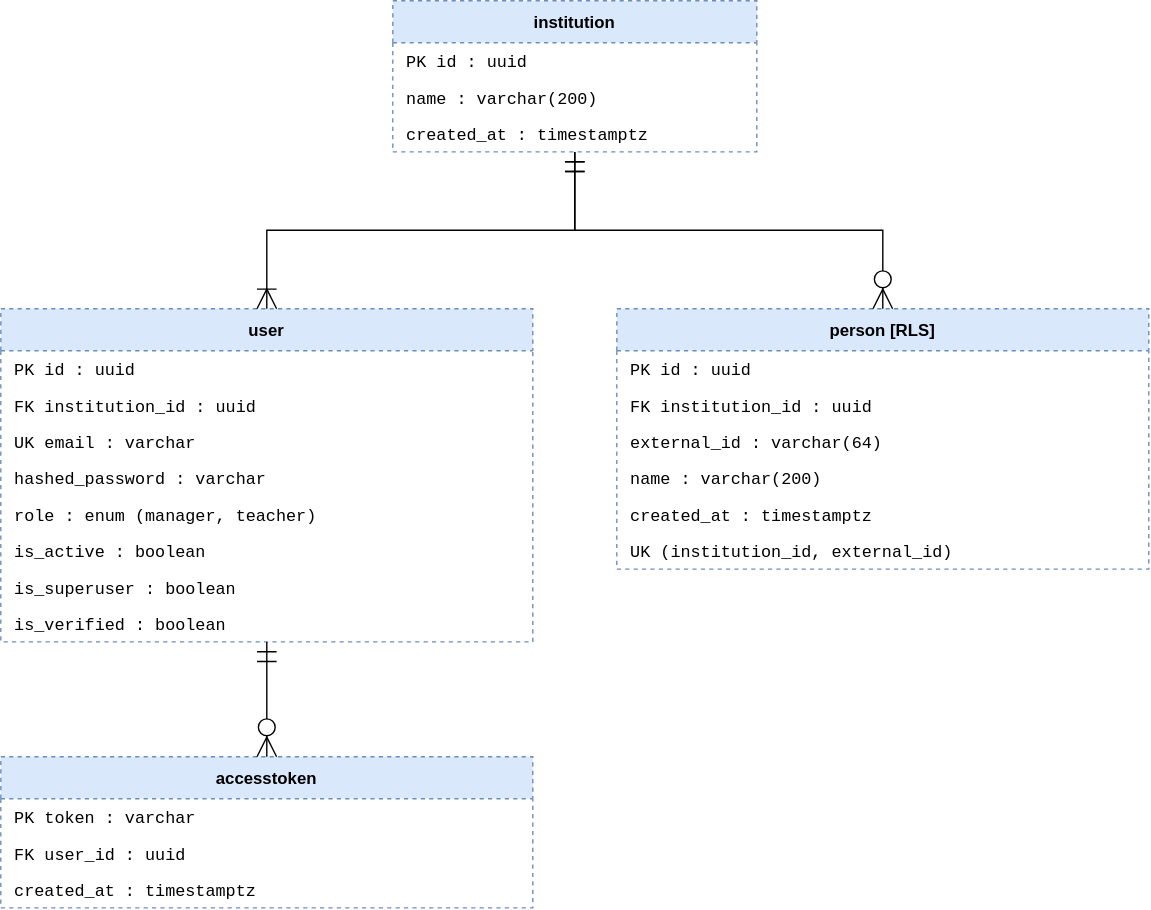
Above: docs/data-model/diagrams/logical.drawio.svg in TheoOdawara/Vultra (draw.io), before the change. Source tidied: cells renumbered, new cells last; positions are measured from the earlier drawing's top-left corner, leaving out a move shared by most shapes. The source it was exported from:
```xml
<mxGraphModel background="#ffffff">
  <root>
    <mxCell id="0" />
    <mxCell id="1" parent="0" />
    <mxCell id="2" value="institution" style="swimlane;fontStyle=1;horizontal=1;startSize=30;dashed=1;fillColor=#dae8fc;strokeColor=#6c8ebf;fontColor=#000000;swimlaneFillColor=#ffffff;" parent="1" vertex="1">
      <mxGeometry x="280" width="260" height="108" as="geometry" />
    </mxCell>
    <mxCell id="3" value="PK  id : uuid" style="text;strokeColor=none;fillColor=none;align=left;verticalAlign=middle;spacingLeft=8;fontColor=#000000;fontFamily=Courier New;fontSize=12;" parent="2" vertex="1">
      <mxGeometry y="30" width="260" height="26" as="geometry" />
    </mxCell>
    <mxCell id="4" value="name : varchar(200)" style="text;strokeColor=none;fillColor=none;align=left;verticalAlign=middle;spacingLeft=8;fontColor=#000000;fontFamily=Courier New;fontSize=12;" parent="2" vertex="1">
      <mxGeometry y="56" width="260" height="26" as="geometry" />
    </mxCell>
    <mxCell id="5" value="created_at : timestamptz" style="text;strokeColor=none;fillColor=none;align=left;verticalAlign=middle;spacingLeft=8;fontColor=#000000;fontFamily=Courier New;fontSize=12;" parent="2" vertex="1">
      <mxGeometry y="82" width="260" height="26" as="geometry" />
    </mxCell>
    <mxCell id="6" value="user" style="swimlane;fontStyle=1;horizontal=1;startSize=30;dashed=1;fillColor=#dae8fc;strokeColor=#6c8ebf;fontColor=#000000;swimlaneFillColor=#ffffff;" parent="1" vertex="1">
      <mxGeometry y="220" width="380" height="238" as="geometry" />
    </mxCell>
    <mxCell id="7" value="PK  id : uuid" style="text;strokeColor=none;fillColor=none;align=left;verticalAlign=middle;spacingLeft=8;fontColor=#000000;fontFamily=Courier New;fontSize=12;" parent="6" vertex="1">
      <mxGeometry y="30" width="380" height="26" as="geometry" />
    </mxCell>
    <mxCell id="8" value="FK  institution_id : uuid" style="text;strokeColor=none;fillColor=none;align=left;verticalAlign=middle;spacingLeft=8;fontColor=#000000;fontFamily=Courier New;fontSize=12;" parent="6" vertex="1">
      <mxGeometry y="56" width="380" height="26" as="geometry" />
    </mxCell>
    <mxCell id="9" value="UK  email : varchar" style="text;strokeColor=none;fillColor=none;align=left;verticalAlign=middle;spacingLeft=8;fontColor=#000000;fontFamily=Courier New;fontSize=12;" parent="6" vertex="1">
      <mxGeometry y="82" width="380" height="26" as="geometry" />
    </mxCell>
    <mxCell id="10" value="hashed_password : varchar" style="text;strokeColor=none;fillColor=none;align=left;verticalAlign=middle;spacingLeft=8;fontColor=#000000;fontFamily=Courier New;fontSize=12;" parent="6" vertex="1">
      <mxGeometry y="108" width="380" height="26" as="geometry" />
    </mxCell>
    <mxCell id="11" value="role : enum (manager, teacher)" style="text;strokeColor=none;fillColor=none;align=left;verticalAlign=middle;spacingLeft=8;fontColor=#000000;fontFamily=Courier New;fontSize=12;" parent="6" vertex="1">
      <mxGeometry y="134" width="380" height="26" as="geometry" />
    </mxCell>
    <mxCell id="12" value="is_active : boolean" style="text;strokeColor=none;fillColor=none;align=left;verticalAlign=middle;spacingLeft=8;fontColor=#000000;fontFamily=Courier New;fontSize=12;" parent="6" vertex="1">
      <mxGeometry y="160" width="380" height="26" as="geometry" />
    </mxCell>
    <mxCell id="13" value="is_superuser : boolean" style="text;strokeColor=none;fillColor=none;align=left;verticalAlign=middle;spacingLeft=8;fontColor=#000000;fontFamily=Courier New;fontSize=12;" parent="6" vertex="1">
      <mxGeometry y="186" width="380" height="26" as="geometry" />
    </mxCell>
    <mxCell id="14" value="is_verified : boolean" style="text;strokeColor=none;fillColor=none;align=left;verticalAlign=middle;spacingLeft=8;fontColor=#000000;fontFamily=Courier New;fontSize=12;" parent="6" vertex="1">
      <mxGeometry y="212" width="380" height="26" as="geometry" />
    </mxCell>
    <mxCell id="15" value="person  [RLS]" style="swimlane;fontStyle=1;horizontal=1;startSize=30;dashed=1;fillColor=#dae8fc;strokeColor=#6c8ebf;fontColor=#000000;swimlaneFillColor=#ffffff;" parent="1" vertex="1">
      <mxGeometry x="440" y="220" width="380" height="186" as="geometry" />
    </mxCell>
    <mxCell id="16" value="PK  id : uuid" style="text;strokeColor=none;fillColor=none;align=left;verticalAlign=middle;spacingLeft=8;fontColor=#000000;fontFamily=Courier New;fontSize=12;" parent="15" vertex="1">
      <mxGeometry y="30" width="380" height="26" as="geometry" />
    </mxCell>
    <mxCell id="17" value="FK  institution_id : uuid" style="text;strokeColor=none;fillColor=none;align=left;verticalAlign=middle;spacingLeft=8;fontColor=#000000;fontFamily=Courier New;fontSize=12;" parent="15" vertex="1">
      <mxGeometry y="56" width="380" height="26" as="geometry" />
    </mxCell>
    <mxCell id="18" value="external_id : varchar(64)" style="text;strokeColor=none;fillColor=none;align=left;verticalAlign=middle;spacingLeft=8;fontColor=#000000;fontFamily=Courier New;fontSize=12;" parent="15" vertex="1">
      <mxGeometry y="82" width="380" height="26" as="geometry" />
    </mxCell>
    <mxCell id="19" value="name : varchar(200)" style="text;strokeColor=none;fillColor=none;align=left;verticalAlign=middle;spacingLeft=8;fontColor=#000000;fontFamily=Courier New;fontSize=12;" parent="15" vertex="1">
      <mxGeometry y="108" width="380" height="26" as="geometry" />
    </mxCell>
    <mxCell id="20" value="created_at : timestamptz" style="text;strokeColor=none;fillColor=none;align=left;verticalAlign=middle;spacingLeft=8;fontColor=#000000;fontFamily=Courier New;fontSize=12;" parent="15" vertex="1">
      <mxGeometry y="134" width="380" height="26" as="geometry" />
    </mxCell>
    <mxCell id="21" value="UK  (institution_id, external_id)" style="text;strokeColor=none;fillColor=none;align=left;verticalAlign=middle;spacingLeft=8;fontColor=#000000;fontFamily=Courier New;fontSize=12;" parent="15" vertex="1">
      <mxGeometry y="160" width="380" height="26" as="geometry" />
    </mxCell>
    <mxCell id="22" value="accesstoken" style="swimlane;fontStyle=1;horizontal=1;startSize=30;dashed=1;fillColor=#dae8fc;strokeColor=#6c8ebf;fontColor=#000000;swimlaneFillColor=#ffffff;" parent="1" vertex="1">
      <mxGeometry y="540" width="380" height="108" as="geometry" />
    </mxCell>
    <mxCell id="23" value="PK  token : varchar" style="text;strokeColor=none;fillColor=none;align=left;verticalAlign=middle;spacingLeft=8;fontColor=#000000;fontFamily=Courier New;fontSize=12;" parent="22" vertex="1">
      <mxGeometry y="30" width="380" height="26" as="geometry" />
    </mxCell>
    <mxCell id="24" value="FK  user_id : uuid" style="text;strokeColor=none;fillColor=none;align=left;verticalAlign=middle;spacingLeft=8;fontColor=#000000;fontFamily=Courier New;fontSize=12;" parent="22" vertex="1">
      <mxGeometry y="56" width="380" height="26" as="geometry" />
    </mxCell>
    <mxCell id="25" value="created_at : timestamptz" style="text;strokeColor=none;fillColor=none;align=left;verticalAlign=middle;spacingLeft=8;fontColor=#000000;fontFamily=Courier New;fontSize=12;" parent="22" vertex="1">
      <mxGeometry y="82" width="380" height="26" as="geometry" />
    </mxCell>
    <mxCell id="26" style="edgeStyle=orthogonalEdgeStyle;rounded=0;startArrow=ERmandOne;endArrow=ERoneToMany;startSize=12;endSize=12;strokeColor=#000000;" parent="1" edge="1" source="2" target="6">
      <mxGeometry relative="1" as="geometry" />
    </mxCell>
    <mxCell id="27" style="edgeStyle=orthogonalEdgeStyle;rounded=0;startArrow=ERmandOne;endArrow=ERzeroToMany;startSize=12;endSize=12;strokeColor=#000000;" parent="1" edge="1" source="2" target="15">
      <mxGeometry relative="1" as="geometry" />
    </mxCell>
    <mxCell id="28" style="edgeStyle=orthogonalEdgeStyle;rounded=0;startArrow=ERmandOne;endArrow=ERzeroToMany;startSize=12;endSize=12;strokeColor=#000000;" parent="1" edge="1" source="6" target="22">
      <mxGeometry relative="1" as="geometry" />
    </mxCell>
  </root>
</mxGraphModel>
```
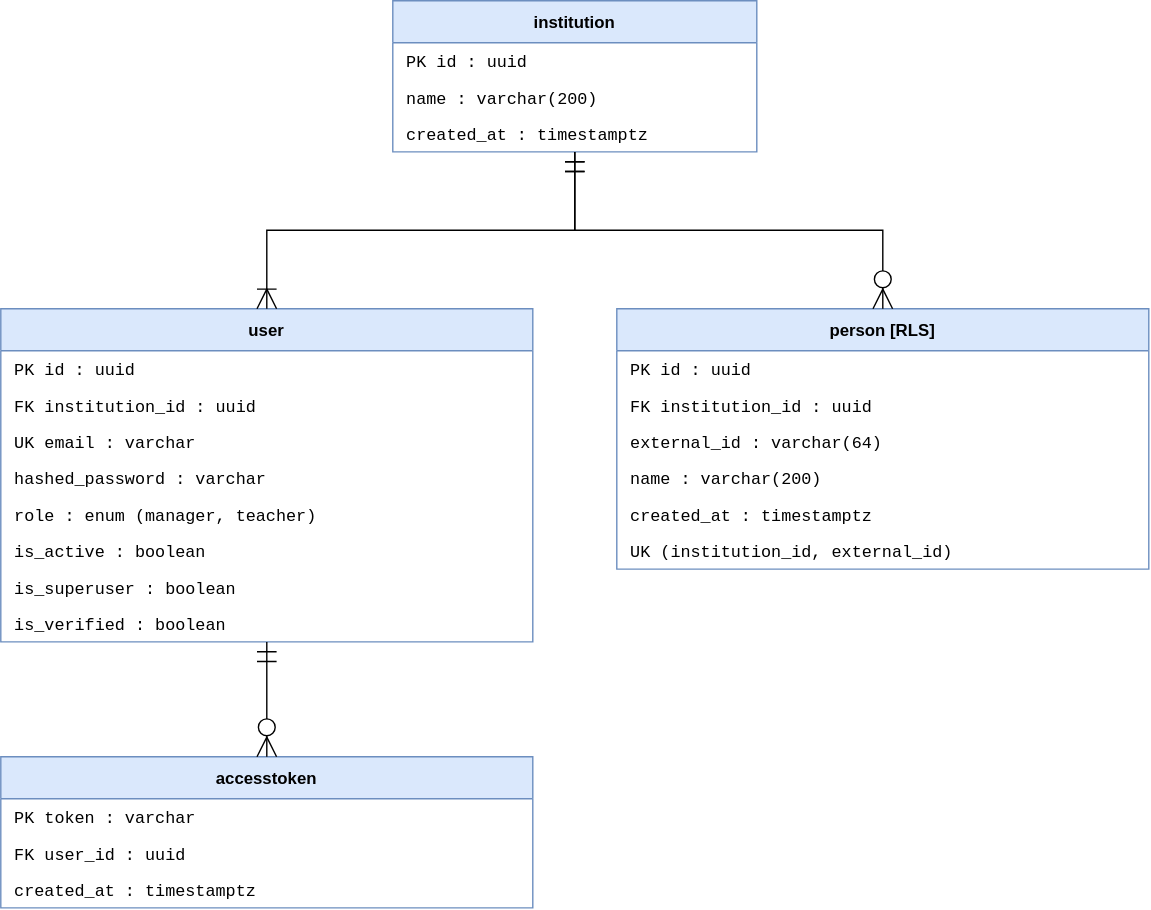
Above is the later version.

Commit message:
feat(api): create a person in the manager's institution (closes #189)

The edit, as a diff of the source:
```diff
@@ -2,7 +2,7 @@
   <root>
     <mxCell id="0" />
     <mxCell id="1" parent="0" />
-    <mxCell id="2" value="institution" style="swimlane;fontStyle=1;horizontal=1;startSize=30;dashed=1;fillColor=#dae8fc;strokeColor=#6c8ebf;fontColor=#000000;swimlaneFillColor=#ffffff;" parent="1" vertex="1">
+    <mxCell id="2" value="institution" style="swimlane;fontStyle=1;horizontal=1;startSize=30;fillColor=#dae8fc;strokeColor=#6c8ebf;fontColor=#000000;swimlaneFillColor=#ffffff;" parent="1" vertex="1">
       <mxGeometry x="280" width="260" height="108" as="geometry" />
     </mxCell>
     <mxCell id="3" value="PK  id : uuid" style="text;strokeColor=none;fillColor=none;align=left;verticalAlign=middle;spacingLeft=8;fontColor=#000000;fontFamily=Courier New;fontSize=12;" parent="2" vertex="1">
@@ -14,7 +14,7 @@
     <mxCell id="5" value="created_at : timestamptz" style="text;strokeColor=none;fillColor=none;align=left;verticalAlign=middle;spacingLeft=8;fontColor=#000000;fontFamily=Courier New;fontSize=12;" parent="2" vertex="1">
       <mxGeometry y="82" width="260" height="26" as="geometry" />
     </mxCell>
-    <mxCell id="6" value="user" style="swimlane;fontStyle=1;horizontal=1;startSize=30;dashed=1;fillColor=#dae8fc;strokeColor=#6c8ebf;fontColor=#000000;swimlaneFillColor=#ffffff;" parent="1" vertex="1">
+    <mxCell id="6" value="user" style="swimlane;fontStyle=1;horizontal=1;startSize=30;fillColor=#dae8fc;strokeColor=#6c8ebf;fontColor=#000000;swimlaneFillColor=#ffffff;" parent="1" vertex="1">
       <mxGeometry y="220" width="380" height="238" as="geometry" />
     </mxCell>
     <mxCell id="7" value="PK  id : uuid" style="text;strokeColor=none;fillColor=none;align=left;verticalAlign=middle;spacingLeft=8;fontColor=#000000;fontFamily=Courier New;fontSize=12;" parent="6" vertex="1">
@@ -41,7 +41,7 @@
     <mxCell id="14" value="is_verified : boolean" style="text;strokeColor=none;fillColor=none;align=left;verticalAlign=middle;spacingLeft=8;fontColor=#000000;fontFamily=Courier New;fontSize=12;" parent="6" vertex="1">
       <mxGeometry y="212" width="380" height="26" as="geometry" />
     </mxCell>
-    <mxCell id="15" value="person  [RLS]" style="swimlane;fontStyle=1;horizontal=1;startSize=30;dashed=1;fillColor=#dae8fc;strokeColor=#6c8ebf;fontColor=#000000;swimlaneFillColor=#ffffff;" parent="1" vertex="1">
+    <mxCell id="15" value="person  [RLS]" style="swimlane;fontStyle=1;horizontal=1;startSize=30;fillColor=#dae8fc;strokeColor=#6c8ebf;fontColor=#000000;swimlaneFillColor=#ffffff;" parent="1" vertex="1">
       <mxGeometry x="440" y="220" width="380" height="186" as="geometry" />
     </mxCell>
     <mxCell id="16" value="PK  id : uuid" style="text;strokeColor=none;fillColor=none;align=left;verticalAlign=middle;spacingLeft=8;fontColor=#000000;fontFamily=Courier New;fontSize=12;" parent="15" vertex="1">
@@ -62,7 +62,7 @@
     <mxCell id="21" value="UK  (institution_id, external_id)" style="text;strokeColor=none;fillColor=none;align=left;verticalAlign=middle;spacingLeft=8;fontColor=#000000;fontFamily=Courier New;fontSize=12;" parent="15" vertex="1">
       <mxGeometry y="160" width="380" height="26" as="geometry" />
     </mxCell>
-    <mxCell id="22" value="accesstoken" style="swimlane;fontStyle=1;horizontal=1;startSize=30;dashed=1;fillColor=#dae8fc;strokeColor=#6c8ebf;fontColor=#000000;swimlaneFillColor=#ffffff;" parent="1" vertex="1">
+    <mxCell id="22" value="accesstoken" style="swimlane;fontStyle=1;horizontal=1;startSize=30;fillColor=#dae8fc;strokeColor=#6c8ebf;fontColor=#000000;swimlaneFillColor=#ffffff;" parent="1" vertex="1">
       <mxGeometry y="540" width="380" height="108" as="geometry" />
     </mxCell>
     <mxCell id="23" value="PK  token : varchar" style="text;strokeColor=none;fillColor=none;align=left;verticalAlign=middle;spacingLeft=8;fontColor=#000000;fontFamily=Courier New;fontSize=12;" parent="22" vertex="1">
```
